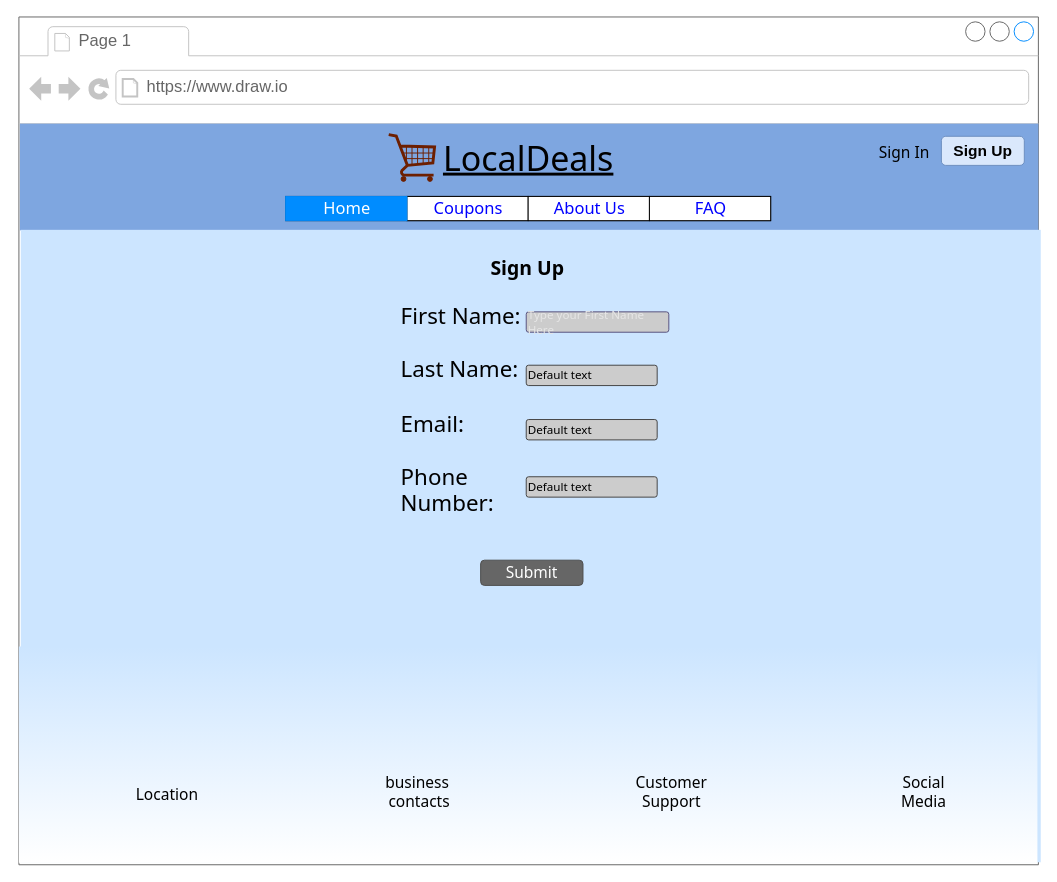
This is page "Sign Up" (3 of 9) of coupon.drawio from EsmeraldaAca/UIDesign, a draw.io file, before an edit. Source tidied: cells renumbered, new cells numbered last; positions are measured from the earlier drawing's top-left corner, leaving out a move shared by most shapes. Both pictures are drawn from the tidied source at 97%, with x=0, y=0 at pixel (18, 16). Pictures stored in the file or linked from it are replaced by grey dashed boxes.
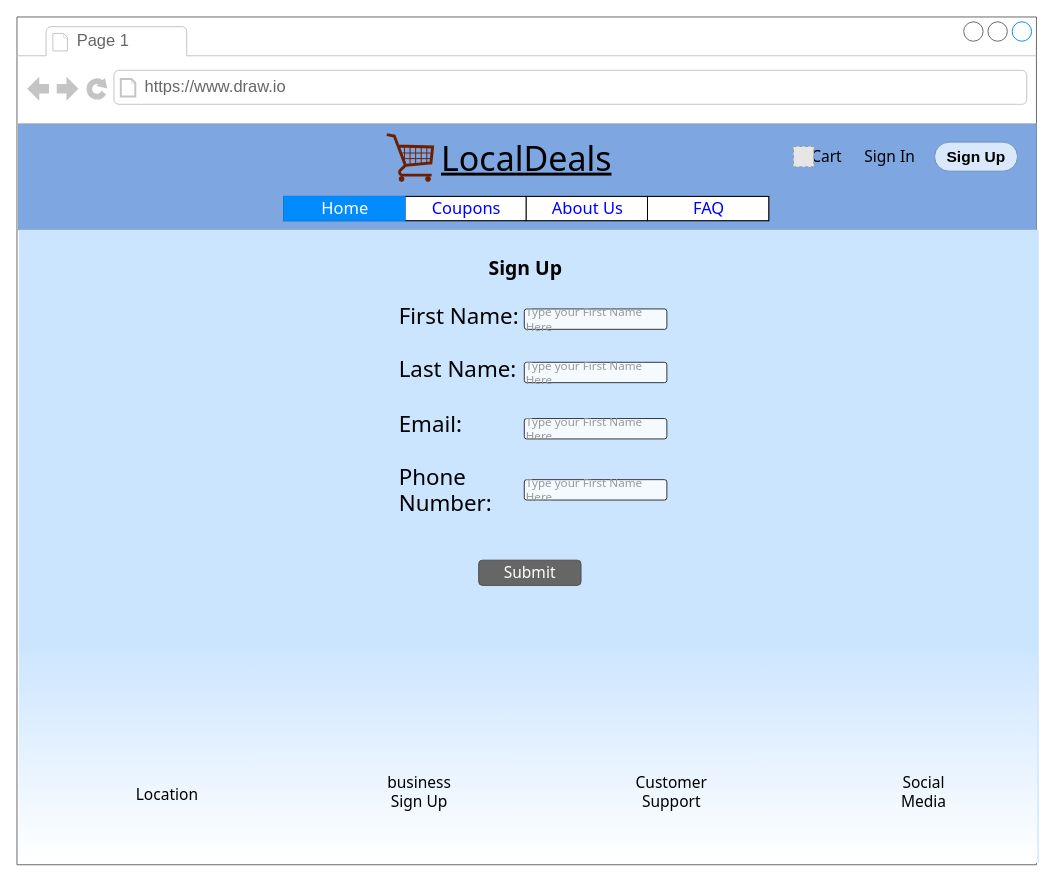
After the change.

What changed in the source:
```diff
@@
     <mxCell id="2" style="strokeWidth=1;shadow=0;dashed=0;align=center;html=1;shape=mxgraph.mockup.containers.browserWindow;rSize=0;strokeColor=#666666;strokeColor2=#008cff;strokeColor3=#c4c4c4;mainText=,;" parent="1" vertex="1">
-      <mxGeometry width="1051" height="874" as="geometry" />
+      <mxGeometry x="-2" width="1051" height="874" as="geometry" />
     </mxCell>
@@
-    <mxCell id="6" value="Sign Up" style="rounded=1;html=1;shadow=0;dashed=0;whiteSpace=wrap;fontSize=16;fillColor=#dae8fc;align=center;strokeColor=#6c8ebf;fontStyle=1;" parent="2" vertex="1">
-      <mxGeometry x="951" y="123" width="85.5" height="30" as="geometry" />
-    </mxCell>
@@
-    <mxCell id="17" value="&lt;span style=&quot;font-size: 12px;&quot;&gt;Type your First Name Here&lt;/span&gt;" style="strokeWidth=1;html=1;shadow=0;dashed=0;shape=mxgraph.ios.iTextInput;strokeColor=#56517e;buttonText=;fontSize=8;whiteSpace=wrap;align=left;labelBackgroundColor=none;labelBorderColor=none;fontFamily=Tahoma;fillColor=#CCCCCC;gradientDirection=north;fontColor=#E6E6E6;" parent="2" vertex="1">
-      <mxGeometry x="523" y="304" width="147" height="21" as="geometry" />
+    <mxCell id="17" value="&lt;span style=&quot;font-size: 12px;&quot;&gt;&lt;font&gt;Type your First Name Here&lt;/font&gt;&lt;/span&gt;" style="strokeWidth=1;html=1;shadow=0;dashed=0;shape=mxgraph.ios.iTextInput;buttonText=;fontSize=8;whiteSpace=wrap;align=left;labelBackgroundColor=none;labelBorderColor=none;fontFamily=Tahoma;gradientDirection=north;opacity=80;fontColor=#999999;" parent="2" vertex="1">
+      <mxGeometry x="523" y="301" width="147" height="21" as="geometry" />
     </mxCell>
-    <mxCell id="18" value="&lt;font style=&quot;font-size: 12px;&quot;&gt;Default text&lt;/font&gt;" style="strokeWidth=1;html=1;shadow=0;dashed=0;shape=mxgraph.ios.iTextInput;strokeColor=#444444;buttonText=;fontSize=8;whiteSpace=wrap;align=left;labelBackgroundColor=none;labelBorderColor=none;fontFamily=Tahoma;fontColor=none;fillColor=#CCCCCC;gradientColor=none;gradientDirection=north;" parent="2" vertex="1">
-      <mxGeometry x="523" y="359" width="135" height="21" as="geometry" />
-    </mxCell>
-    <mxCell id="19" value="&lt;font style=&quot;font-size: 12px;&quot;&gt;Default text&lt;/font&gt;" style="strokeWidth=1;html=1;shadow=0;dashed=0;shape=mxgraph.ios.iTextInput;strokeColor=#444444;buttonText=;fontSize=8;whiteSpace=wrap;align=left;labelBackgroundColor=none;labelBorderColor=none;fontFamily=Tahoma;fontColor=none;fillColor=#CCCCCC;gradientColor=none;gradientDirection=north;" parent="2" vertex="1">
-      <mxGeometry x="523" y="415" width="135" height="21" as="geometry" />
-    </mxCell>
-    <mxCell id="20" value="&lt;font style=&quot;font-size: 12px;&quot;&gt;Default text&lt;/font&gt;" style="strokeWidth=1;html=1;shadow=0;dashed=0;shape=mxgraph.ios.iTextInput;strokeColor=#444444;buttonText=;fontSize=8;whiteSpace=wrap;align=left;labelBackgroundColor=none;labelBorderColor=none;fontFamily=Tahoma;fontColor=none;fillColor=#CCCCCC;gradientColor=none;gradientDirection=north;" parent="2" vertex="1">
-      <mxGeometry x="523" y="474" width="135" height="21" as="geometry" />
-    </mxCell>
@@
+    <mxCell id="28" value="&lt;span style=&quot;font-size: 12px;&quot;&gt;&lt;font&gt;Type your First Name Here&lt;/font&gt;&lt;/span&gt;" style="strokeWidth=1;html=1;shadow=0;dashed=0;shape=mxgraph.ios.iTextInput;buttonText=;fontSize=8;whiteSpace=wrap;align=left;labelBackgroundColor=none;labelBorderColor=none;fontFamily=Tahoma;gradientDirection=north;opacity=80;fontColor=#999999;" parent="1" vertex="1">
+      <mxGeometry x="521" y="356" width="147" height="21" as="geometry" />
+    </mxCell>
-    <mxCell id="24" value="business&amp;nbsp; contacts" style="text;html=1;strokeColor=none;fillColor=none;align=center;verticalAlign=middle;whiteSpace=wrap;rounded=0;shadow=0;labelBackgroundColor=none;labelBorderColor=none;fontFamily=Tahoma;fontSize=16;fontColor=#000000;" parent="1" vertex="1">
+    <mxCell id="24" value="business&lt;br&gt;Sign Up" style="text;html=1;strokeColor=none;fillColor=none;align=center;verticalAlign=middle;whiteSpace=wrap;rounded=0;shadow=0;labelBackgroundColor=none;labelBorderColor=none;fontFamily=Tahoma;fontSize=16;fontColor=#000000;" parent="1" vertex="1">
       <mxGeometry x="383" y="784" width="60" height="30" as="geometry" />
     </mxCell>
@@
-    <mxCell id="27" value="&lt;font style=&quot;font-size: 16px;&quot;&gt;Sign In&lt;/font&gt;" style="text;html=1;strokeColor=none;fillColor=none;align=center;verticalAlign=middle;whiteSpace=wrap;rounded=0;shadow=0;labelBackgroundColor=none;labelBorderColor=none;fontFamily=Tahoma;fontSize=24;fontColor=none;" parent="1" vertex="1">
-      <mxGeometry x="883" y="122" width="60" height="30" as="geometry" />
+    <mxCell id="27" value="Sign In" style="text;html=1;strokeColor=none;fillColor=none;align=center;verticalAlign=middle;whiteSpace=wrap;rounded=0;shadow=0;labelBackgroundColor=none;labelBorderColor=none;fontFamily=Tahoma;fontSize=16;fontColor=#000000;" parent="1" vertex="1">
+      <mxGeometry x="868" y="129" width="60" height="30" as="geometry" />
     </mxCell>
+    <mxCell id="29" value="&lt;font style=&quot;font-size: 16px;&quot; color=&quot;#000000&quot;&gt;Cart&lt;/font&gt;" style="text;html=1;strokeColor=none;fillColor=none;align=center;verticalAlign=middle;whiteSpace=wrap;rounded=0;shadow=1;labelBackgroundColor=none;labelBorderColor=none;fontFamily=Tahoma;fontSize=15;fontColor=#7EA6E0;opacity=60;" parent="1" vertex="1">
+      <mxGeometry x="803" y="129" width="60" height="30" as="geometry" />
+    </mxCell>
+    <mxCell id="30" style="fillColor=#E6E6E6;strokeColor=#999999;dashed=1;html=1;verticalAlign=top;verticalLabelPosition=bottom;labelBackgroundColor=#ffffff;fontFamily=Tahoma;fontSize=16;fontColor=#000000;" parent="1" vertex="1">
+      <mxGeometry x="798.5" y="133.5" width="21" height="21" as="geometry" />
+    </mxCell>
+    <mxCell id="6" value="Sign Up" style="rounded=1;html=1;shadow=0;dashed=0;whiteSpace=wrap;fontSize=16;fillColor=#dae8fc;align=center;strokeColor=#6c8ebf;fontStyle=1;arcSize=50;" parent="1" vertex="1">
+      <mxGeometry x="944" y="129" width="85.5" height="30" as="geometry" />
+    </mxCell>
+    <mxCell id="31" value="&lt;span style=&quot;font-size: 12px;&quot;&gt;&lt;font&gt;Type your First Name Here&lt;/font&gt;&lt;/span&gt;" style="strokeWidth=1;html=1;shadow=0;dashed=0;shape=mxgraph.ios.iTextInput;buttonText=;fontSize=8;whiteSpace=wrap;align=left;labelBackgroundColor=none;labelBorderColor=none;fontFamily=Tahoma;gradientDirection=north;opacity=80;fontColor=#999999;" parent="1" vertex="1">
+      <mxGeometry x="521" y="414" width="147" height="21" as="geometry" />
+    </mxCell>
+    <mxCell id="32" value="&lt;span style=&quot;font-size: 12px;&quot;&gt;&lt;font&gt;Type your First Name Here&lt;/font&gt;&lt;/span&gt;" style="strokeWidth=1;html=1;shadow=0;dashed=0;shape=mxgraph.ios.iTextInput;buttonText=;fontSize=8;whiteSpace=wrap;align=left;labelBackgroundColor=none;labelBorderColor=none;fontFamily=Tahoma;gradientDirection=north;opacity=80;fontColor=#999999;" parent="1" vertex="1">
+      <mxGeometry x="521" y="477" width="147" height="21" as="geometry" />
+    </mxCell>
```
